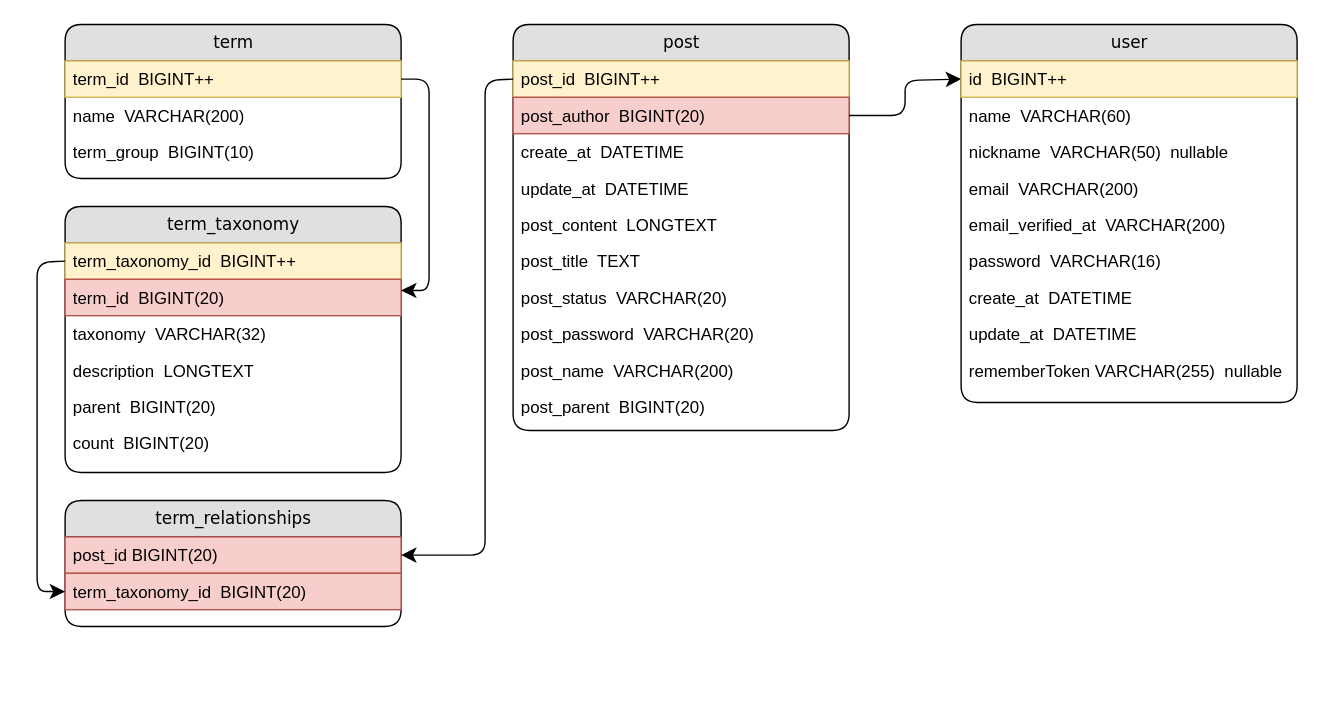
This is Untitled Diagram.drawio from tty128/test, a draw.io file, before an edit. Source tidied: cells renumbered, new cells numbered last; positions are measured from the earlier drawing's top-left corner, leaving out a move shared by most shapes. Both pictures are drawn from the tidied source at 140%, with x=0, y=0 at pixel (36, 24).
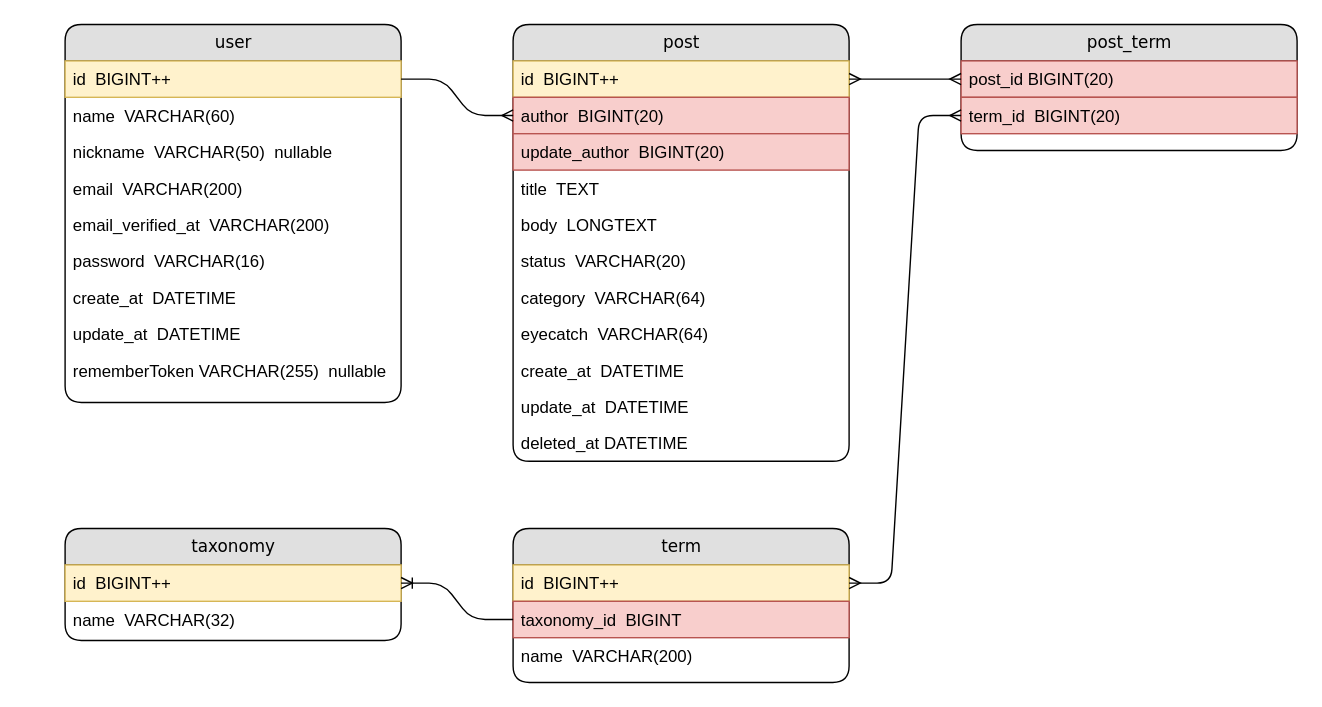
The same page after the edit.

Unchanged cells that the change refers to:
```xml
<mxCell id="14" value="post_id BIGINT(20)" style="text;html=1;strokeColor=#b85450;fillColor=#f8cecc;spacingLeft=4;spacingRight=4;whiteSpace=wrap;overflow=hidden;points=[[0,0.5],[1,0.5]];portConstraint=eastwest;" parent="13" vertex="1">
  <mxGeometry y="26" width="240" height="26" as="geometry" />
</mxCell>
<mxCell id="30" value="id&amp;nbsp; BIGINT++" style="text;html=1;strokeColor=#d6b656;fillColor=#fff2cc;spacingLeft=4;spacingRight=4;whiteSpace=wrap;overflow=hidden;points=[[0,0.5],[1,0.5]];portConstraint=eastwest;" parent="29" vertex="1">
  <mxGeometry y="26" width="240" height="26" as="geometry" />
</mxCell>
```

The edit, as a diff of the source:
```diff
@@
     <mxCell id="2" value="term" style="swimlane;html=1;fontStyle=0;horizontal=1;startSize=26;fillColor=#e0e0e0;swimlaneFillColor=#ffffff;align=center;rounded=1;shadow=0;comic=0;labelBackgroundColor=none;strokeWidth=1;fontFamily=Verdana;fontSize=12;" parent="1" vertex="1">
-      <mxGeometry x="20" width="240" height="110" as="geometry" />
+      <mxGeometry x="340" y="360" width="240" height="110" as="geometry" />
     </mxCell>
-    <mxCell id="3" value="term_id&amp;nbsp; BIGINT++" style="text;html=1;strokeColor=#d6b656;fillColor=#fff2cc;spacingLeft=4;spacingRight=4;whiteSpace=wrap;overflow=hidden;points=[[0,0.5],[1,0.5]];portConstraint=eastwest;" parent="2" vertex="1">
+    <mxCell id="3" value="id&amp;nbsp; BIGINT++" style="text;html=1;strokeColor=#d6b656;fillColor=#fff2cc;spacingLeft=4;spacingRight=4;whiteSpace=wrap;overflow=hidden;points=[[0,0.5],[1,0.5]];portConstraint=eastwest;" parent="2" vertex="1">
       <mxGeometry y="26" width="240" height="26" as="geometry" />
     </mxCell>
+    <mxCell id="5" value="taxonomy_id&amp;nbsp; BIGINT" style="text;html=1;strokeColor=#b85450;fillColor=#f8cecc;spacingLeft=4;spacingRight=4;whiteSpace=wrap;overflow=hidden;points=[[0,0.5],[1,0.5]];portConstraint=eastwest;" parent="2" vertex="1">
+      <mxGeometry y="52" width="240" height="26" as="geometry" />
+    </mxCell>
     <mxCell id="4" value="name&amp;nbsp; VARCHAR(200)" style="text;html=1;strokeColor=none;fillColor=none;spacingLeft=4;spacingRight=4;whiteSpace=wrap;overflow=hidden;" parent="2" vertex="1">
-      <mxGeometry y="52" width="240" height="26" as="geometry" />
+      <mxGeometry y="78" width="240" height="26" as="geometry" />
     </mxCell>
-    <mxCell id="5" value="term_group&amp;nbsp; BIGINT(10)" style="text;html=1;strokeColor=none;fillColor=none;spacingLeft=4;spacingRight=4;whiteSpace=wrap;overflow=hidden;points=[[0,0.5],[1,0.5]];portConstraint=eastwest;" parent="2" vertex="1">
-      <mxGeometry y="78" width="240" height="26" as="geometry" />
-    </mxCell>
-    <mxCell id="6" value="term_taxonomy" style="swimlane;html=1;fontStyle=0;horizontal=1;startSize=26;fillColor=#e0e0e0;swimlaneFillColor=#ffffff;align=center;rounded=1;shadow=0;comic=0;labelBackgroundColor=none;strokeWidth=1;fontFamily=Verdana;fontSize=12;" parent="1" vertex="1">
-      <mxGeometry x="20" y="130" width="240" height="190" as="geometry" />
+    <mxCell id="6" value="taxonomy" style="swimlane;html=1;fontStyle=0;horizontal=1;startSize=26;fillColor=#e0e0e0;swimlaneFillColor=#ffffff;align=center;rounded=1;shadow=0;comic=0;labelBackgroundColor=none;strokeWidth=1;fontFamily=Verdana;fontSize=12;" parent="1" vertex="1">
+      <mxGeometry x="20" y="360" width="240" height="80" as="geometry" />
     </mxCell>
-    <mxCell id="7" value="term_taxonomy_id&amp;nbsp; BIGINT++" style="text;html=1;strokeColor=#d6b656;fillColor=#fff2cc;spacingLeft=4;spacingRight=4;whiteSpace=wrap;overflow=hidden;points=[[0,0.5],[1,0.5]];portConstraint=eastwest;" parent="6" vertex="1">
+    <mxCell id="7" value="id&amp;nbsp; BIGINT++" style="text;html=1;strokeColor=#d6b656;fillColor=#fff2cc;spacingLeft=4;spacingRight=4;whiteSpace=wrap;overflow=hidden;points=[[0,0.5],[1,0.5]];portConstraint=eastwest;" parent="6" vertex="1">
       <mxGeometry y="26" width="240" height="26" as="geometry" />
     </mxCell>
-    <mxCell id="8" value="term_id&amp;nbsp; BIGINT(20)" style="text;html=1;strokeColor=#b85450;fillColor=#f8cecc;spacingLeft=4;spacingRight=4;whiteSpace=wrap;overflow=hidden;" parent="6" vertex="1">
-      <mxGeometry y="52" width="240" height="26" as="geometry" />
-    </mxCell>
-    <mxCell id="9" value="taxonomy&amp;nbsp; VARCHAR(32)" style="text;html=1;strokeColor=none;fillColor=none;spacingLeft=4;spacingRight=4;whiteSpace=wrap;overflow=hidden;" parent="6" vertex="1">
-      <mxGeometry y="78" width="240" height="26" as="geometry" />
+    <mxCell id="9" value="name&amp;nbsp; VARCHAR(32)" style="text;html=1;strokeColor=none;fillColor=none;spacingLeft=4;spacingRight=4;whiteSpace=wrap;overflow=hidden;" parent="6" vertex="1">
+      <mxGeometry y="52" width="240" height="26" as="geometry" />
     </mxCell>
-    <mxCell id="10" value="description&amp;nbsp; LONGTEXT" style="text;html=1;strokeColor=none;fillColor=none;spacingLeft=4;spacingRight=4;whiteSpace=wrap;overflow=hidden;" parent="6" vertex="1">
-      <mxGeometry y="104" width="240" height="26" as="geometry" />
-    </mxCell>
-    <mxCell id="11" value="parent&amp;nbsp; BIGINT(20)" style="text;html=1;strokeColor=none;fillColor=none;spacingLeft=4;spacingRight=4;whiteSpace=wrap;overflow=hidden;" parent="6" vertex="1">
-      <mxGeometry y="130" width="240" height="26" as="geometry" />
-    </mxCell>
-    <mxCell id="12" value="count&amp;nbsp; BIGINT(20)" style="text;html=1;strokeColor=none;fillColor=none;spacingLeft=4;spacingRight=4;whiteSpace=wrap;overflow=hidden;" parent="6" vertex="1">
-      <mxGeometry y="156" width="240" height="26" as="geometry" />
-    </mxCell>
-    <mxCell id="13" value="term_relationships" style="swimlane;html=1;fontStyle=0;horizontal=1;startSize=26;fillColor=#e0e0e0;swimlaneFillColor=#ffffff;align=center;rounded=1;shadow=0;comic=0;labelBackgroundColor=none;strokeWidth=1;fontFamily=Verdana;fontSize=12;" parent="1" vertex="1">
-      <mxGeometry x="20" y="340" width="240" height="90" as="geometry" />
+    <mxCell id="13" value="post_term" style="swimlane;html=1;fontStyle=0;horizontal=1;startSize=26;fillColor=#e0e0e0;swimlaneFillColor=#ffffff;align=center;rounded=1;shadow=0;comic=0;labelBackgroundColor=none;strokeWidth=1;fontFamily=Verdana;fontSize=12;" parent="1" vertex="1">
+      <mxGeometry x="660" width="240" height="90" as="geometry" />
     </mxCell>
@@
-    <mxCell id="15" value="term_taxonomy_id&amp;nbsp; BIGINT(20)" style="text;html=1;strokeColor=#b85450;fillColor=#f8cecc;spacingLeft=4;spacingRight=4;whiteSpace=wrap;overflow=hidden;points=[[0,0.5],[1,0.5]];portConstraint=eastwest;" parent="13" vertex="1">
+    <mxCell id="15" value="term_id&amp;nbsp; BIGINT(20)" style="text;html=1;strokeColor=#b85450;fillColor=#f8cecc;spacingLeft=4;spacingRight=4;whiteSpace=wrap;overflow=hidden;points=[[0,0.5],[1,0.5]];portConstraint=eastwest;" parent="13" vertex="1">
       <mxGeometry y="52" width="240" height="26" as="geometry" />
     </mxCell>
     <mxCell id="16" value="post" style="swimlane;html=1;fontStyle=0;horizontal=1;startSize=26;fillColor=#e0e0e0;swimlaneFillColor=#ffffff;align=center;rounded=1;shadow=0;comic=0;labelBackgroundColor=none;strokeWidth=1;fontFamily=Verdana;fontSize=12;" parent="1" vertex="1">
-      <mxGeometry x="340" width="240" height="290" as="geometry" />
+      <mxGeometry x="340" width="240" height="312" as="geometry" />
     </mxCell>
-    <mxCell id="17" value="post_id&amp;nbsp; BIGINT++" style="text;html=1;strokeColor=#d6b656;fillColor=#fff2cc;spacingLeft=4;spacingRight=4;whiteSpace=wrap;overflow=hidden;points=[[0,0.5],[1,0.5]];portConstraint=eastwest;" parent="16" vertex="1">
+    <mxCell id="17" value="id&amp;nbsp; BIGINT++" style="text;html=1;strokeColor=#d6b656;fillColor=#fff2cc;spacingLeft=4;spacingRight=4;whiteSpace=wrap;overflow=hidden;points=[[0,0.5],[1,0.5]];portConstraint=eastwest;" parent="16" vertex="1">
       <mxGeometry y="26" width="240" height="26" as="geometry" />
     </mxCell>
-    <mxCell id="18" value="post_author&amp;nbsp; BIGINT(20)" style="text;html=1;strokeColor=#b85450;fillColor=#f8cecc;spacingLeft=4;spacingRight=4;whiteSpace=wrap;overflow=hidden;points=[[0,0.5],[1,0.5]];portConstraint=eastwest;" parent="16" vertex="1">
+    <mxCell id="18" value="author&amp;nbsp; BIGINT(20)" style="text;html=1;strokeColor=#b85450;fillColor=#f8cecc;spacingLeft=4;spacingRight=4;whiteSpace=wrap;overflow=hidden;points=[[0,0.5],[1,0.5]];portConstraint=eastwest;" parent="16" vertex="1">
       <mxGeometry y="52" width="240" height="26" as="geometry" />
     </mxCell>
+    <mxCell id="41" value="update_author&amp;nbsp; BIGINT(20)" style="text;html=1;strokeColor=#b85450;fillColor=#f8cecc;spacingLeft=4;spacingRight=4;whiteSpace=wrap;overflow=hidden;" parent="16" vertex="1">
+      <mxGeometry y="78" width="240" height="26" as="geometry" />
+    </mxCell>
+    <mxCell id="22" value="title&amp;nbsp; TEXT" style="text;html=1;strokeColor=none;fillColor=none;spacingLeft=4;spacingRight=4;whiteSpace=wrap;overflow=hidden;" parent="16" vertex="1">
+      <mxGeometry y="104" width="240" height="26" as="geometry" />
+    </mxCell>
+    <mxCell id="21" value="body&amp;nbsp; LONGTEXT" style="text;html=1;strokeColor=none;fillColor=none;spacingLeft=4;spacingRight=4;whiteSpace=wrap;overflow=hidden;" parent="16" vertex="1">
+      <mxGeometry y="130" width="240" height="26" as="geometry" />
+    </mxCell>
+    <mxCell id="23" value="status&amp;nbsp; VARCHAR(20)" style="text;html=1;strokeColor=none;fillColor=none;spacingLeft=4;spacingRight=4;whiteSpace=wrap;overflow=hidden;" parent="16" vertex="1">
+      <mxGeometry y="156" width="240" height="26" as="geometry" />
+    </mxCell>
+    <mxCell id="24" value="category&amp;nbsp; VARCHAR(64)" style="text;html=1;strokeColor=none;fillColor=none;spacingLeft=4;spacingRight=4;whiteSpace=wrap;overflow=hidden;" parent="16" vertex="1">
+      <mxGeometry y="182" width="240" height="26" as="geometry" />
+    </mxCell>
+    <mxCell id="26" value="eyecatch&amp;nbsp; VARCHAR(64)" style="text;html=1;strokeColor=none;fillColor=none;spacingLeft=4;spacingRight=4;whiteSpace=wrap;overflow=hidden;" parent="16" vertex="1">
+      <mxGeometry y="208" width="240" height="26" as="geometry" />
+    </mxCell>
     <mxCell id="19" value="create_at&amp;nbsp; DATETIME" style="text;html=1;strokeColor=none;fillColor=none;spacingLeft=4;spacingRight=4;whiteSpace=wrap;overflow=hidden;" parent="16" vertex="1">
-      <mxGeometry y="78" width="240" height="26" as="geometry" />
+      <mxGeometry y="234" width="240" height="26" as="geometry" />
     </mxCell>
     <mxCell id="20" value="update_at&amp;nbsp; DATETIME" style="text;html=1;strokeColor=none;fillColor=none;spacingLeft=4;spacingRight=4;whiteSpace=wrap;overflow=hidden;" parent="16" vertex="1">
-      <mxGeometry y="104" width="240" height="26" as="geometry" />
+      <mxGeometry y="260" width="240" height="26" as="geometry" />
     </mxCell>
-    <mxCell id="21" value="post_content&amp;nbsp; LONGTEXT" style="text;html=1;strokeColor=none;fillColor=none;spacingLeft=4;spacingRight=4;whiteSpace=wrap;overflow=hidden;" parent="16" vertex="1">
-      <mxGeometry y="130" width="240" height="26" as="geometry" />
-    </mxCell>
-    <mxCell id="22" value="post_title&amp;nbsp; TEXT" style="text;html=1;strokeColor=none;fillColor=none;spacingLeft=4;spacingRight=4;whiteSpace=wrap;overflow=hidden;" parent="16" vertex="1">
-      <mxGeometry y="156" width="240" height="26" as="geometry" />
-    </mxCell>
-    <mxCell id="23" value="post_status&amp;nbsp; VARCHAR(20)" style="text;html=1;strokeColor=none;fillColor=none;spacingLeft=4;spacingRight=4;whiteSpace=wrap;overflow=hidden;" parent="16" vertex="1">
-      <mxGeometry y="182" width="240" height="26" as="geometry" />
-    </mxCell>
-    <mxCell id="24" value="post_password&amp;nbsp; VARCHAR(20)" style="text;html=1;strokeColor=none;fillColor=none;spacingLeft=4;spacingRight=4;whiteSpace=wrap;overflow=hidden;" parent="16" vertex="1">
-      <mxGeometry y="208" width="240" height="26" as="geometry" />
-    </mxCell>
-    <mxCell id="25" value="post_name&amp;nbsp; VARCHAR(200)" style="text;html=1;strokeColor=none;fillColor=none;spacingLeft=4;spacingRight=4;whiteSpace=wrap;overflow=hidden;" parent="16" vertex="1">
-      <mxGeometry y="234" width="240" height="26" as="geometry" />
+    <mxCell id="25" value="deleted_at DATETIME" style="text;html=1;strokeColor=none;fillColor=none;spacingLeft=4;spacingRight=4;whiteSpace=wrap;overflow=hidden;" parent="16" vertex="1">
+      <mxGeometry y="286" width="240" height="26" as="geometry" />
     </mxCell>
-    <mxCell id="26" value="post_parent&amp;nbsp; BIGINT(20)" style="text;html=1;strokeColor=none;fillColor=none;spacingLeft=4;spacingRight=4;whiteSpace=wrap;overflow=hidden;" parent="16" vertex="1">
-      <mxGeometry y="260" width="240" height="26" as="geometry" />
-    </mxCell>
-    <mxCell id="27" style="edgeStyle=orthogonalEdgeStyle;html=1;labelBackgroundColor=none;startFill=0;startSize=8;endFill=1;endSize=8;fontFamily=Verdana;fontSize=12;" parent="1" edge="1">
-      <mxGeometry relative="1" as="geometry">
-        <mxPoint x="260" y="39" as="sourcePoint" />
-        <mxPoint x="260" y="190" as="targetPoint" />
-        <Array as="points">
-          <mxPoint x="280" y="39" />
-          <mxPoint x="280" y="190" />
-          <mxPoint x="260" y="190" />
-        </Array>
-      </mxGeometry>
-    </mxCell>
-    <mxCell id="28" style="edgeStyle=orthogonalEdgeStyle;html=1;labelBackgroundColor=none;startFill=0;startSize=8;endFill=1;endSize=8;fontFamily=Verdana;fontSize=12;entryX=0;entryY=0.5;entryDx=0;entryDy=0;" parent="1" edge="1" source="18" target="30">
-      <mxGeometry relative="1" as="geometry">
-        <Array as="points">
-          <mxPoint x="620" y="65" />
-          <mxPoint x="620" y="40" />
-        </Array>
-      </mxGeometry>
-    </mxCell>
     <mxCell id="29" value="user" style="swimlane;html=1;fontStyle=0;horizontal=1;startSize=26;fillColor=#e0e0e0;swimlaneFillColor=#ffffff;align=center;rounded=1;shadow=0;comic=0;labelBackgroundColor=none;strokeWidth=1;fontFamily=Verdana;fontSize=12;" parent="1" vertex="1">
-      <mxGeometry x="660" width="240" height="270" as="geometry" />
+      <mxGeometry x="20" width="240" height="270" as="geometry" />
     </mxCell>
@@
-    <mxCell id="39" style="edgeStyle=orthogonalEdgeStyle;html=1;labelBackgroundColor=none;startFill=0;startSize=8;endFill=1;endSize=8;fontFamily=Verdana;fontSize=12;exitX=0;exitY=0.5;exitDx=0;exitDy=0;entryX=0;entryY=0.5;entryDx=0;entryDy=0;" parent="1" edge="1" source="7" target="15">
-      <mxGeometry relative="1" as="geometry">
-        <Array as="points">
-          <mxPoint x="20" y="170" />
-          <mxPoint y="170" />
-          <mxPoint y="405" />
-        </Array>
-      </mxGeometry>
-    </mxCell>
+    <mxCell id="42" style="edgeStyle=entityRelationEdgeStyle;fontSize=12;html=1;endArrow=ERoneToMany;exitX=0;exitY=0.5;exitDx=0;exitDy=0;entryX=1;entryY=0.5;entryDx=0;entryDy=0;" parent="1" edge="1" source="5" target="7">
+      <mxGeometry relative="1" as="geometry" />
+    </mxCell>
+    <mxCell id="43" style="edgeStyle=entityRelationEdgeStyle;fontSize=12;html=1;endArrow=ERmany;startArrow=ERmany;exitX=1;exitY=0.5;exitDx=0;exitDy=0;" parent="1" edge="1" source="3" target="15">
+      <mxGeometry relative="1" as="geometry" />
+    </mxCell>
-    <mxCell id="40" style="edgeStyle=orthogonalEdgeStyle;html=1;labelBackgroundColor=none;startFill=0;startSize=8;endFill=1;endSize=8;fontFamily=Verdana;fontSize=12;exitX=0;exitY=0.5;exitDx=0;exitDy=0;entryX=1;entryY=0.5;entryDx=0;entryDy=0;" parent="1" edge="1" source="17" target="14">
-      <mxGeometry relative="1" as="geometry">
-        <Array as="points">
-          <mxPoint x="340" y="40" />
-          <mxPoint x="320" y="40" />
-          <mxPoint x="320" y="379" />
-        </Array>
-      </mxGeometry>
+    <mxCell id="40" style="edgeStyle=entityRelationEdgeStyle;fontSize=12;html=1;endArrow=ERmany;startArrow=ERmany;entryX=0;entryY=0.5;entryDx=0;entryDy=0;exitX=1;exitY=0.5;exitDx=0;exitDy=0;" parent="1" edge="1" source="17" target="14">
+      <mxGeometry relative="1" as="geometry" />
     </mxCell>
+    <mxCell id="44" style="edgeStyle=entityRelationEdgeStyle;fontSize=12;html=1;endArrow=ERmany;exitX=1;exitY=0.5;exitDx=0;exitDy=0;entryX=0;entryY=0.5;entryDx=0;entryDy=0;" parent="1" edge="1" source="30" target="18">
+      <mxGeometry relative="1" as="geometry" />
+    </mxCell>
```
